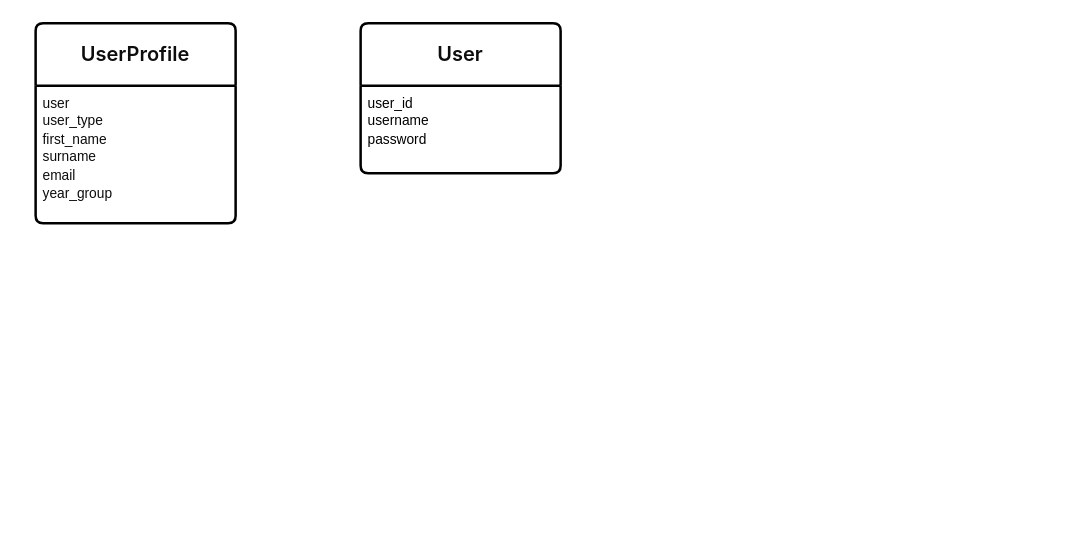
Earlier version of the draw.io diagram ERD Textbook.drawio (jamesking020773/jamesking020773.github.io). Source tidied: cells renumbered, new cells numbered last; positions are measured from the earlier drawing's top-left corner, leaving out a move shared by most shapes. Both pictures are drawn from the tidied source at 125%, with x=0, y=0 at pixel (35, 22).
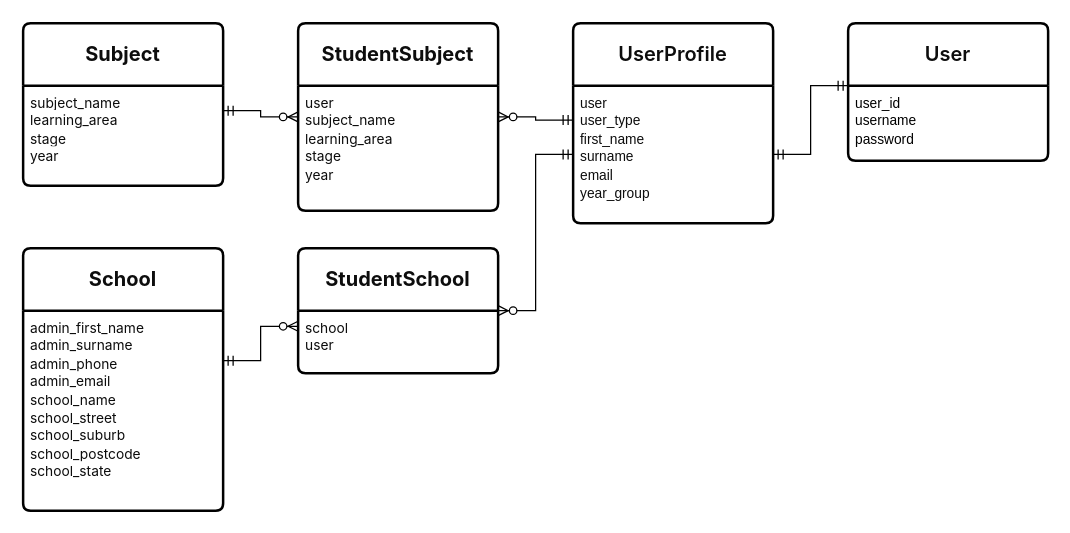
The same page after the edit.

The edit, as a diff of the source:
```diff
@@
 <mxGraphModel>
   <root>
     <mxCell id="0" />
     <mxCell id="1" parent="0" />
     <mxCell id="2" value="&lt;span style=&quot;border: 0px solid rgb(227, 227, 227); box-sizing: border-box; --tw-border-spacing-x: 0; --tw-border-spacing-y: 0; --tw-translate-x: 0; --tw-translate-y: 0; --tw-rotate: 0; --tw-skew-x: 0; --tw-skew-y: 0; --tw-scale-x: 1; --tw-scale-y: 1; --tw-pan-x: ; --tw-pan-y: ; --tw-pinch-zoom: ; --tw-scroll-snap-strictness: proximity; --tw-gradient-from-position: ; --tw-gradient-via-position: ; --tw-gradient-to-position: ; --tw-ordinal: ; --tw-slashed-zero: ; --tw-numeric-figure: ; --tw-numeric-spacing: ; --tw-numeric-fraction: ; --tw-ring-inset: ; --tw-ring-offset-width: 0px; --tw-ring-offset-color: #fff; --tw-ring-color: rgba(69,89,164,.5); --tw-ring-offset-shadow: 0 0 transparent; --tw-ring-shadow: 0 0 transparent; --tw-shadow: 0 0 transparent; --tw-shadow-colored: 0 0 transparent; --tw-blur: ; --tw-brightness: ; --tw-contrast: ; --tw-grayscale: ; --tw-hue-rotate: ; --tw-invert: ; --tw-saturate: ; --tw-sepia: ; --tw-drop-shadow: ; --tw-backdrop-blur: ; --tw-backdrop-brightness: ; --tw-backdrop-contrast: ; --tw-backdrop-grayscale: ; --tw-backdrop-hue-rotate: ; --tw-backdrop-invert: ; --tw-backdrop-opacity: ; --tw-backdrop-saturate: ; --tw-backdrop-sepia: ; --tw-contain-size: ; --tw-contain-layout: ; --tw-contain-paint: ; --tw-contain-style: ; font-weight: 600; color: rgb(13, 13, 13); font-family: ui-sans-serif, -apple-system, system-ui, &amp;quot;Segoe UI&amp;quot;, Roboto, Ubuntu, Cantarell, &amp;quot;Noto Sans&amp;quot;, sans-serif, Helvetica, &amp;quot;Apple Color Emoji&amp;quot;, Arial, &amp;quot;Segoe UI Emoji&amp;quot;, &amp;quot;Segoe UI Symbol&amp;quot;; font-size: 16px; text-align: left; white-space-collapse: preserve; background-color: rgb(255, 255, 255);&quot;&gt;UserProfile&lt;/span&gt;" style="swimlane;horizontal=1;startSize=50;rounded=1;fontSize=14;fontStyle=0;strokeWidth=2;shadow=0;dashed=0;align=center;arcSize=4;whiteSpace=wrap;html=1;" parent="1" vertex="1">
-      <mxGeometry width="160" height="160" as="geometry" />
+      <mxGeometry x="430" width="160" height="160" as="geometry" />
     </mxCell>
     <mxCell id="3" value="&lt;span style=&quot;color: rgb(13, 13, 13); white-space: pre-wrap; background-color: rgb(255, 255, 255);&quot;&gt;&lt;font face=&quot;Helvetica&quot; style=&quot;font-size: 11px;&quot;&gt;user&lt;/font&gt;&lt;/span&gt;&lt;div&gt;&lt;span style=&quot;color: rgb(13, 13, 13); white-space: pre-wrap; background-color: rgb(255, 255, 255);&quot;&gt;&lt;font style=&quot;font-size: 11px;&quot; face=&quot;Helvetica&quot;&gt;user_type&lt;/font&gt;&lt;/span&gt;&lt;/div&gt;&lt;div&gt;&lt;span style=&quot;color: rgb(13, 13, 13); white-space: pre-wrap; background-color: rgb(255, 255, 255);&quot;&gt;&lt;font style=&quot;font-size: 11px;&quot; face=&quot;Helvetica&quot;&gt;first_name&lt;/font&gt;&lt;/span&gt;&lt;/div&gt;&lt;div&gt;&lt;span style=&quot;color: rgb(13, 13, 13); white-space: pre-wrap; background-color: rgb(255, 255, 255);&quot;&gt;&lt;font style=&quot;font-size: 11px;&quot; face=&quot;Helvetica&quot;&gt;surname&lt;/font&gt;&lt;/span&gt;&lt;/div&gt;&lt;div&gt;&lt;span style=&quot;color: rgb(13, 13, 13); white-space: pre-wrap; background-color: rgb(255, 255, 255);&quot;&gt;&lt;font style=&quot;font-size: 11px;&quot; face=&quot;Helvetica&quot;&gt;email&lt;/font&gt;&lt;/span&gt;&lt;/div&gt;&lt;div&gt;&lt;span style=&quot;color: rgb(13, 13, 13); white-space: pre-wrap; background-color: rgb(255, 255, 255);&quot;&gt;&lt;font face=&quot;Helvetica&quot; style=&quot;font-size: 11px;&quot;&gt;year_group&lt;/font&gt;&lt;/span&gt;&lt;/div&gt;" style="align=left;strokeColor=none;fillColor=none;spacingLeft=4;fontSize=12;verticalAlign=top;html=1;" parent="2" vertex="1">
       <mxGeometry y="50" width="160" height="110" as="geometry" />
     </mxCell>
     <mxCell id="4" value="&lt;span style=&quot;color: rgb(13, 13, 13); font-family: ui-sans-serif, -apple-system, system-ui, &amp;quot;Segoe UI&amp;quot;, Roboto, Ubuntu, Cantarell, &amp;quot;Noto Sans&amp;quot;, sans-serif, Helvetica, &amp;quot;Apple Color Emoji&amp;quot;, Arial, &amp;quot;Segoe UI Emoji&amp;quot;, &amp;quot;Segoe UI Symbol&amp;quot;; font-size: 16px; font-weight: 600; text-align: left; white-space-collapse: preserve; background-color: rgb(255, 255, 255);&quot;&gt;User&lt;/span&gt;" style="swimlane;horizontal=1;startSize=50;rounded=1;fontSize=14;fontStyle=0;strokeWidth=2;shadow=0;dashed=0;align=center;arcSize=4;whiteSpace=wrap;html=1;" parent="1" vertex="1">
-      <mxGeometry x="260" width="160" height="120" as="geometry" />
+      <mxGeometry x="650" width="160" height="110" as="geometry" />
     </mxCell>
     <mxCell id="5" value="&lt;font style=&quot;font-size: 11px;&quot;&gt;user_id&lt;/font&gt;&lt;div&gt;&lt;font style=&quot;font-size: 11px;&quot;&gt;username&lt;br&gt;&lt;/font&gt;&lt;div&gt;&lt;font style=&quot;font-size: 11px;&quot;&gt;password&lt;/font&gt;&lt;/div&gt;&lt;/div&gt;" style="align=left;strokeColor=none;fillColor=none;spacingLeft=4;fontSize=12;verticalAlign=top;html=1;" parent="4" vertex="1">
-      <mxGeometry y="50" width="160" height="70" as="geometry" />
+      <mxGeometry y="50" width="160" height="60" as="geometry" />
     </mxCell>
+    <mxCell id="6" style="edgeStyle=entityRelationEdgeStyle;fontSize=12;html=1;endArrow=ERmandOne;startArrow=ERmandOne;rounded=0;exitX=1;exitY=0.5;exitDx=0;exitDy=0;entryX=0;entryY=0;entryDx=0;entryDy=0;" parent="1" edge="1" source="3" target="5">
+      <mxGeometry relative="1" as="geometry" />
+    </mxCell>
+    <mxCell id="7" value="&lt;div style=&quot;text-align: left;&quot;&gt;&lt;font face=&quot;ui-sans-serif, -apple-system, system-ui, Segoe UI, Roboto, Ubuntu, Cantarell, Noto Sans, sans-serif, Helvetica, Apple Color Emoji, Arial, Segoe UI Emoji, Segoe UI Symbol&quot; color=&quot;#0d0d0d&quot;&gt;&lt;span style=&quot;font-size: 16px; white-space-collapse: preserve; background-color: rgb(255, 255, 255);&quot;&gt;&lt;b&gt;School&lt;/b&gt;&lt;/span&gt;&lt;/font&gt;&lt;/div&gt;" style="swimlane;horizontal=1;startSize=50;rounded=1;fontSize=14;fontStyle=0;strokeWidth=2;shadow=0;dashed=0;align=center;arcSize=4;whiteSpace=wrap;html=1;" parent="1" vertex="1">
+      <mxGeometry x="-10" y="180" width="160" height="210" as="geometry" />
+    </mxCell>
+    <mxCell id="8" value="&lt;span style=&quot;color: rgb(13, 13, 13); font-family: ui-sans-serif, -apple-system, system-ui, &amp;quot;Segoe UI&amp;quot;, Roboto, Ubuntu, Cantarell, &amp;quot;Noto Sans&amp;quot;, sans-serif, Helvetica, &amp;quot;Apple Color Emoji&amp;quot;, Arial, &amp;quot;Segoe UI Emoji&amp;quot;, &amp;quot;Segoe UI Symbol&amp;quot;; white-space: pre-wrap; background-color: rgb(255, 255, 255);&quot;&gt;&lt;font style=&quot;font-size: 11px;&quot;&gt;admin_first_name&lt;/font&gt;&lt;/span&gt;&lt;div&gt;&lt;span style=&quot;color: rgb(13, 13, 13); font-family: ui-sans-serif, -apple-system, system-ui, &amp;quot;Segoe UI&amp;quot;, Roboto, Ubuntu, Cantarell, &amp;quot;Noto Sans&amp;quot;, sans-serif, Helvetica, &amp;quot;Apple Color Emoji&amp;quot;, Arial, &amp;quot;Segoe UI Emoji&amp;quot;, &amp;quot;Segoe UI Symbol&amp;quot;; white-space: pre-wrap; background-color: rgb(255, 255, 255);&quot;&gt;&lt;font style=&quot;font-size: 11px;&quot;&gt;admin_surname &lt;/font&gt;&lt;/span&gt;&lt;/div&gt;&lt;div&gt;&lt;span style=&quot;color: rgb(13, 13, 13); font-family: ui-sans-serif, -apple-system, system-ui, &amp;quot;Segoe UI&amp;quot;, Roboto, Ubuntu, Cantarell, &amp;quot;Noto Sans&amp;quot;, sans-serif, Helvetica, &amp;quot;Apple Color Emoji&amp;quot;, Arial, &amp;quot;Segoe UI Emoji&amp;quot;, &amp;quot;Segoe UI Symbol&amp;quot;; white-space: pre-wrap; background-color: rgb(255, 255, 255);&quot;&gt;&lt;font style=&quot;font-size: 11px;&quot;&gt;admin_phone&lt;/font&gt;&lt;/span&gt;&lt;/div&gt;&lt;div&gt;&lt;span style=&quot;color: rgb(13, 13, 13); font-family: ui-sans-serif, -apple-system, system-ui, &amp;quot;Segoe UI&amp;quot;, Roboto, Ubuntu, Cantarell, &amp;quot;Noto Sans&amp;quot;, sans-serif, Helvetica, &amp;quot;Apple Color Emoji&amp;quot;, Arial, &amp;quot;Segoe UI Emoji&amp;quot;, &amp;quot;Segoe UI Symbol&amp;quot;; white-space: pre-wrap; background-color: rgb(255, 255, 255);&quot;&gt;&lt;font style=&quot;font-size: 11px;&quot;&gt;admin_email&lt;/font&gt;&lt;/span&gt;&lt;/div&gt;&lt;div&gt;&lt;span style=&quot;color: rgb(13, 13, 13); font-family: ui-sans-serif, -apple-system, system-ui, &amp;quot;Segoe UI&amp;quot;, Roboto, Ubuntu, Cantarell, &amp;quot;Noto Sans&amp;quot;, sans-serif, Helvetica, &amp;quot;Apple Color Emoji&amp;quot;, Arial, &amp;quot;Segoe UI Emoji&amp;quot;, &amp;quot;Segoe UI Symbol&amp;quot;; white-space: pre-wrap; background-color: rgb(255, 255, 255);&quot;&gt;&lt;font style=&quot;font-size: 11px;&quot;&gt;school_name&lt;/font&gt;&lt;/span&gt;&lt;/div&gt;&lt;div&gt;&lt;span style=&quot;color: rgb(13, 13, 13); font-family: ui-sans-serif, -apple-system, system-ui, &amp;quot;Segoe UI&amp;quot;, Roboto, Ubuntu, Cantarell, &amp;quot;Noto Sans&amp;quot;, sans-serif, Helvetica, &amp;quot;Apple Color Emoji&amp;quot;, Arial, &amp;quot;Segoe UI Emoji&amp;quot;, &amp;quot;Segoe UI Symbol&amp;quot;; white-space: pre-wrap; background-color: rgb(255, 255, 255);&quot;&gt;&lt;font style=&quot;font-size: 11px;&quot;&gt;school_street&lt;/font&gt;&lt;/span&gt;&lt;/div&gt;&lt;div&gt;&lt;span style=&quot;color: rgb(13, 13, 13); font-family: ui-sans-serif, -apple-system, system-ui, &amp;quot;Segoe UI&amp;quot;, Roboto, Ubuntu, Cantarell, &amp;quot;Noto Sans&amp;quot;, sans-serif, Helvetica, &amp;quot;Apple Color Emoji&amp;quot;, Arial, &amp;quot;Segoe UI Emoji&amp;quot;, &amp;quot;Segoe UI Symbol&amp;quot;; white-space: pre-wrap; background-color: rgb(255, 255, 255);&quot;&gt;&lt;font style=&quot;font-size: 11px;&quot;&gt;school_suburb&lt;/font&gt;&lt;/span&gt;&lt;/div&gt;&lt;div&gt;&lt;span style=&quot;color: rgb(13, 13, 13); font-family: ui-sans-serif, -apple-system, system-ui, &amp;quot;Segoe UI&amp;quot;, Roboto, Ubuntu, Cantarell, &amp;quot;Noto Sans&amp;quot;, sans-serif, Helvetica, &amp;quot;Apple Color Emoji&amp;quot;, Arial, &amp;quot;Segoe UI Emoji&amp;quot;, &amp;quot;Segoe UI Symbol&amp;quot;; white-space: pre-wrap; background-color: rgb(255, 255, 255);&quot;&gt;&lt;font style=&quot;font-size: 11px;&quot;&gt;school_postcode&lt;/font&gt;&lt;/span&gt;&lt;/div&gt;&lt;div&gt;&lt;span style=&quot;color: rgb(13, 13, 13); font-family: ui-sans-serif, -apple-system, system-ui, &amp;quot;Segoe UI&amp;quot;, Roboto, Ubuntu, Cantarell, &amp;quot;Noto Sans&amp;quot;, sans-serif, Helvetica, &amp;quot;Apple Color Emoji&amp;quot;, Arial, &amp;quot;Segoe UI Emoji&amp;quot;, &amp;quot;Segoe UI Symbol&amp;quot;; white-space: pre-wrap; background-color: rgb(255, 255, 255);&quot;&gt;&lt;font style=&quot;font-size: 11px;&quot;&gt;school_state&lt;/font&gt;&lt;/span&gt;&lt;/div&gt;" style="align=left;strokeColor=none;fillColor=none;spacingLeft=4;fontSize=12;verticalAlign=top;html=1;" parent="7" vertex="1">
+      <mxGeometry y="50" width="160" height="160" as="geometry" />
+    </mxCell>
+    <mxCell id="9" value="&lt;div style=&quot;text-align: left;&quot;&gt;&lt;font face=&quot;ui-sans-serif, -apple-system, system-ui, Segoe UI, Roboto, Ubuntu, Cantarell, Noto Sans, sans-serif, Helvetica, Apple Color Emoji, Arial, Segoe UI Emoji, Segoe UI Symbol&quot; color=&quot;#0d0d0d&quot;&gt;&lt;span style=&quot;font-size: 16px; white-space-collapse: preserve; background-color: rgb(255, 255, 255);&quot;&gt;&lt;b&gt;Subject&lt;/b&gt;&lt;/span&gt;&lt;/font&gt;&lt;/div&gt;" style="swimlane;horizontal=1;startSize=50;rounded=1;fontSize=14;fontStyle=0;strokeWidth=2;shadow=0;dashed=0;align=center;arcSize=4;whiteSpace=wrap;html=1;" parent="1" vertex="1">
+      <mxGeometry x="-10" width="160" height="130" as="geometry" />
+    </mxCell>
+    <mxCell id="10" value="&lt;span style=&quot;color: rgb(13, 13, 13); font-family: ui-sans-serif, -apple-system, system-ui, &amp;quot;Segoe UI&amp;quot;, Roboto, Ubuntu, Cantarell, &amp;quot;Noto Sans&amp;quot;, sans-serif, Helvetica, &amp;quot;Apple Color Emoji&amp;quot;, Arial, &amp;quot;Segoe UI Emoji&amp;quot;, &amp;quot;Segoe UI Symbol&amp;quot;; white-space: pre-wrap; background-color: rgb(255, 255, 255);&quot;&gt;&lt;font style=&quot;font-size: 11px;&quot;&gt;subject_name&lt;/font&gt;&lt;/span&gt;&lt;div&gt;&lt;span style=&quot;color: rgb(13, 13, 13); font-family: ui-sans-serif, -apple-system, system-ui, &amp;quot;Segoe UI&amp;quot;, Roboto, Ubuntu, Cantarell, &amp;quot;Noto Sans&amp;quot;, sans-serif, Helvetica, &amp;quot;Apple Color Emoji&amp;quot;, Arial, &amp;quot;Segoe UI Emoji&amp;quot;, &amp;quot;Segoe UI Symbol&amp;quot;; white-space: pre-wrap; background-color: rgb(255, 255, 255);&quot;&gt;&lt;font style=&quot;font-size: 11px;&quot;&gt;learning_area&lt;/font&gt;&lt;/span&gt;&lt;/div&gt;&lt;div&gt;&lt;span style=&quot;color: rgb(13, 13, 13); font-family: ui-sans-serif, -apple-system, system-ui, &amp;quot;Segoe UI&amp;quot;, Roboto, Ubuntu, Cantarell, &amp;quot;Noto Sans&amp;quot;, sans-serif, Helvetica, &amp;quot;Apple Color Emoji&amp;quot;, Arial, &amp;quot;Segoe UI Emoji&amp;quot;, &amp;quot;Segoe UI Symbol&amp;quot;; white-space: pre-wrap; background-color: rgb(255, 255, 255);&quot;&gt;&lt;font style=&quot;font-size: 11px;&quot;&gt;stage&lt;/font&gt;&lt;/span&gt;&lt;/div&gt;&lt;div&gt;&lt;span style=&quot;background-color: rgb(255, 255, 255); color: rgb(13, 13, 13); font-family: ui-sans-serif, -apple-system, system-ui, &amp;quot;Segoe UI&amp;quot;, Roboto, Ubuntu, Cantarell, &amp;quot;Noto Sans&amp;quot;, sans-serif, Helvetica, &amp;quot;Apple Color Emoji&amp;quot;, Arial, &amp;quot;Segoe UI Emoji&amp;quot;, &amp;quot;Segoe UI Symbol&amp;quot;; white-space: pre-wrap;&quot;&gt;&lt;font style=&quot;font-size: 11px;&quot;&gt;year&lt;/font&gt;&lt;/span&gt;&lt;/div&gt;" style="align=left;strokeColor=none;fillColor=none;spacingLeft=4;fontSize=12;verticalAlign=top;html=1;" parent="9" vertex="1">
+      <mxGeometry y="50" width="160" height="80" as="geometry" />
+    </mxCell>
+    <mxCell id="11" value="&lt;div style=&quot;text-align: left;&quot;&gt;&lt;font face=&quot;ui-sans-serif, -apple-system, system-ui, Segoe UI, Roboto, Ubuntu, Cantarell, Noto Sans, sans-serif, Helvetica, Apple Color Emoji, Arial, Segoe UI Emoji, Segoe UI Symbol&quot; color=&quot;#0d0d0d&quot;&gt;&lt;span style=&quot;font-size: 16px; white-space-collapse: preserve; background-color: rgb(255, 255, 255);&quot;&gt;&lt;b&gt;StudentSubject&lt;/b&gt;&lt;/span&gt;&lt;/font&gt;&lt;/div&gt;" style="swimlane;horizontal=1;startSize=50;rounded=1;fontSize=14;fontStyle=0;strokeWidth=2;shadow=0;dashed=0;align=center;arcSize=4;whiteSpace=wrap;html=1;" parent="1" vertex="1">
+      <mxGeometry x="210" width="160" height="150" as="geometry" />
+    </mxCell>
+    <mxCell id="12" value="&lt;div&gt;&lt;span style=&quot;color: rgb(13, 13, 13); font-family: ui-sans-serif, -apple-system, system-ui, &amp;quot;Segoe UI&amp;quot;, Roboto, Ubuntu, Cantarell, &amp;quot;Noto Sans&amp;quot;, sans-serif, Helvetica, &amp;quot;Apple Color Emoji&amp;quot;, Arial, &amp;quot;Segoe UI Emoji&amp;quot;, &amp;quot;Segoe UI Symbol&amp;quot;; white-space: pre-wrap; background-color: rgb(255, 255, 255);&quot;&gt;&lt;font style=&quot;font-size: 11px;&quot;&gt;user&lt;/font&gt;&lt;/span&gt;&lt;/div&gt;&lt;span style=&quot;color: rgb(13, 13, 13); font-family: ui-sans-serif, -apple-system, system-ui, &amp;quot;Segoe UI&amp;quot;, Roboto, Ubuntu, Cantarell, &amp;quot;Noto Sans&amp;quot;, sans-serif, Helvetica, &amp;quot;Apple Color Emoji&amp;quot;, Arial, &amp;quot;Segoe UI Emoji&amp;quot;, &amp;quot;Segoe UI Symbol&amp;quot;; white-space: pre-wrap; background-color: rgb(255, 255, 255);&quot;&gt;&lt;font style=&quot;font-size: 11px;&quot;&gt;subject_name&lt;/font&gt;&lt;/span&gt;&lt;div&gt;&lt;span style=&quot;color: rgb(13, 13, 13); font-family: ui-sans-serif, -apple-system, system-ui, &amp;quot;Segoe UI&amp;quot;, Roboto, Ubuntu, Cantarell, &amp;quot;Noto Sans&amp;quot;, sans-serif, Helvetica, &amp;quot;Apple Color Emoji&amp;quot;, Arial, &amp;quot;Segoe UI Emoji&amp;quot;, &amp;quot;Segoe UI Symbol&amp;quot;; white-space: pre-wrap; background-color: rgb(255, 255, 255);&quot;&gt;&lt;font style=&quot;font-size: 11px;&quot;&gt;learning_area&lt;/font&gt;&lt;/span&gt;&lt;/div&gt;&lt;div&gt;&lt;span style=&quot;color: rgb(13, 13, 13); font-family: ui-sans-serif, -apple-system, system-ui, &amp;quot;Segoe UI&amp;quot;, Roboto, Ubuntu, Cantarell, &amp;quot;Noto Sans&amp;quot;, sans-serif, Helvetica, &amp;quot;Apple Color Emoji&amp;quot;, Arial, &amp;quot;Segoe UI Emoji&amp;quot;, &amp;quot;Segoe UI Symbol&amp;quot;; white-space: pre-wrap; background-color: rgb(255, 255, 255);&quot;&gt;&lt;font style=&quot;font-size: 11px;&quot;&gt;stage&lt;/font&gt;&lt;/span&gt;&lt;/div&gt;&lt;div&gt;&lt;span style=&quot;background-color: rgb(255, 255, 255); color: rgb(13, 13, 13); font-family: ui-sans-serif, -apple-system, system-ui, &amp;quot;Segoe UI&amp;quot;, Roboto, Ubuntu, Cantarell, &amp;quot;Noto Sans&amp;quot;, sans-serif, Helvetica, &amp;quot;Apple Color Emoji&amp;quot;, Arial, &amp;quot;Segoe UI Emoji&amp;quot;, &amp;quot;Segoe UI Symbol&amp;quot;; white-space: pre-wrap;&quot;&gt;&lt;font style=&quot;font-size: 11px;&quot;&gt;year&lt;/font&gt;&lt;/span&gt;&lt;/div&gt;" style="align=left;strokeColor=none;fillColor=none;spacingLeft=4;fontSize=12;verticalAlign=top;html=1;" parent="11" vertex="1">
+      <mxGeometry y="50" width="160" height="100" as="geometry" />
+    </mxCell>
+    <mxCell id="13" style="edgeStyle=entityRelationEdgeStyle;fontSize=12;html=1;endArrow=ERzeroToMany;startArrow=ERmandOne;rounded=0;entryX=1;entryY=0.25;entryDx=0;entryDy=0;exitX=0;exitY=0.25;exitDx=0;exitDy=0;" parent="1" edge="1" source="3" target="12">
+      <mxGeometry relative="1" as="geometry" />
+    </mxCell>
+    <mxCell id="14" style="edgeStyle=entityRelationEdgeStyle;fontSize=12;html=1;endArrow=ERzeroToMany;startArrow=ERmandOne;rounded=0;exitX=1;exitY=0.25;exitDx=0;exitDy=0;entryX=0;entryY=0.25;entryDx=0;entryDy=0;" parent="1" edge="1" source="10" target="12">
+      <mxGeometry relative="1" as="geometry" />
+    </mxCell>
+    <mxCell id="15" value="&lt;div style=&quot;text-align: left;&quot;&gt;&lt;font face=&quot;ui-sans-serif, -apple-system, system-ui, Segoe UI, Roboto, Ubuntu, Cantarell, Noto Sans, sans-serif, Helvetica, Apple Color Emoji, Arial, Segoe UI Emoji, Segoe UI Symbol&quot; color=&quot;#0d0d0d&quot;&gt;&lt;span style=&quot;font-size: 16px; white-space-collapse: preserve; background-color: rgb(255, 255, 255);&quot;&gt;&lt;b&gt;StudentSchool&lt;/b&gt;&lt;/span&gt;&lt;/font&gt;&lt;/div&gt;" style="swimlane;horizontal=1;startSize=50;rounded=1;fontSize=14;fontStyle=0;strokeWidth=2;shadow=0;dashed=0;align=center;arcSize=4;whiteSpace=wrap;html=1;" parent="1" vertex="1">
+      <mxGeometry x="210" y="180" width="160" height="100" as="geometry" />
+    </mxCell>
+    <mxCell id="16" value="&lt;span style=&quot;color: rgb(13, 13, 13); font-family: ui-sans-serif, -apple-system, system-ui, &amp;quot;Segoe UI&amp;quot;, Roboto, Ubuntu, Cantarell, &amp;quot;Noto Sans&amp;quot;, sans-serif, Helvetica, &amp;quot;Apple Color Emoji&amp;quot;, Arial, &amp;quot;Segoe UI Emoji&amp;quot;, &amp;quot;Segoe UI Symbol&amp;quot;; white-space: pre-wrap; background-color: rgb(255, 255, 255);&quot;&gt;&lt;font style=&quot;font-size: 11px;&quot;&gt;school&lt;br&gt;&lt;/font&gt;&lt;/span&gt;&lt;div&gt;&lt;span style=&quot;color: rgb(13, 13, 13); font-family: ui-sans-serif, -apple-system, system-ui, &amp;quot;Segoe UI&amp;quot;, Roboto, Ubuntu, Cantarell, &amp;quot;Noto Sans&amp;quot;, sans-serif, Helvetica, &amp;quot;Apple Color Emoji&amp;quot;, Arial, &amp;quot;Segoe UI Emoji&amp;quot;, &amp;quot;Segoe UI Symbol&amp;quot;; white-space: pre-wrap; background-color: rgb(255, 255, 255);&quot;&gt;&lt;font style=&quot;font-size: 11px;&quot;&gt;user&lt;/font&gt;&lt;/span&gt;&lt;/div&gt;" style="align=left;strokeColor=none;fillColor=none;spacingLeft=4;fontSize=12;verticalAlign=top;html=1;" parent="15" vertex="1">
+      <mxGeometry y="50" width="160" height="50" as="geometry" />
+    </mxCell>
+    <mxCell id="17" style="edgeStyle=entityRelationEdgeStyle;fontSize=12;html=1;endArrow=ERzeroToMany;startArrow=ERmandOne;rounded=0;entryX=1;entryY=0.5;entryDx=0;entryDy=0;exitX=0;exitY=0.5;exitDx=0;exitDy=0;" parent="1" edge="1" source="3" target="15">
+      <mxGeometry relative="1" as="geometry" />
+    </mxCell>
+    <mxCell id="18" style="edgeStyle=entityRelationEdgeStyle;fontSize=12;html=1;endArrow=ERzeroToMany;startArrow=ERmandOne;rounded=0;exitX=1;exitY=0.25;exitDx=0;exitDy=0;entryX=0;entryY=0.25;entryDx=0;entryDy=0;" parent="1" edge="1" source="8" target="16">
+      <mxGeometry relative="1" as="geometry" />
+    </mxCell>
   </root>
 </mxGraphModel>
```
